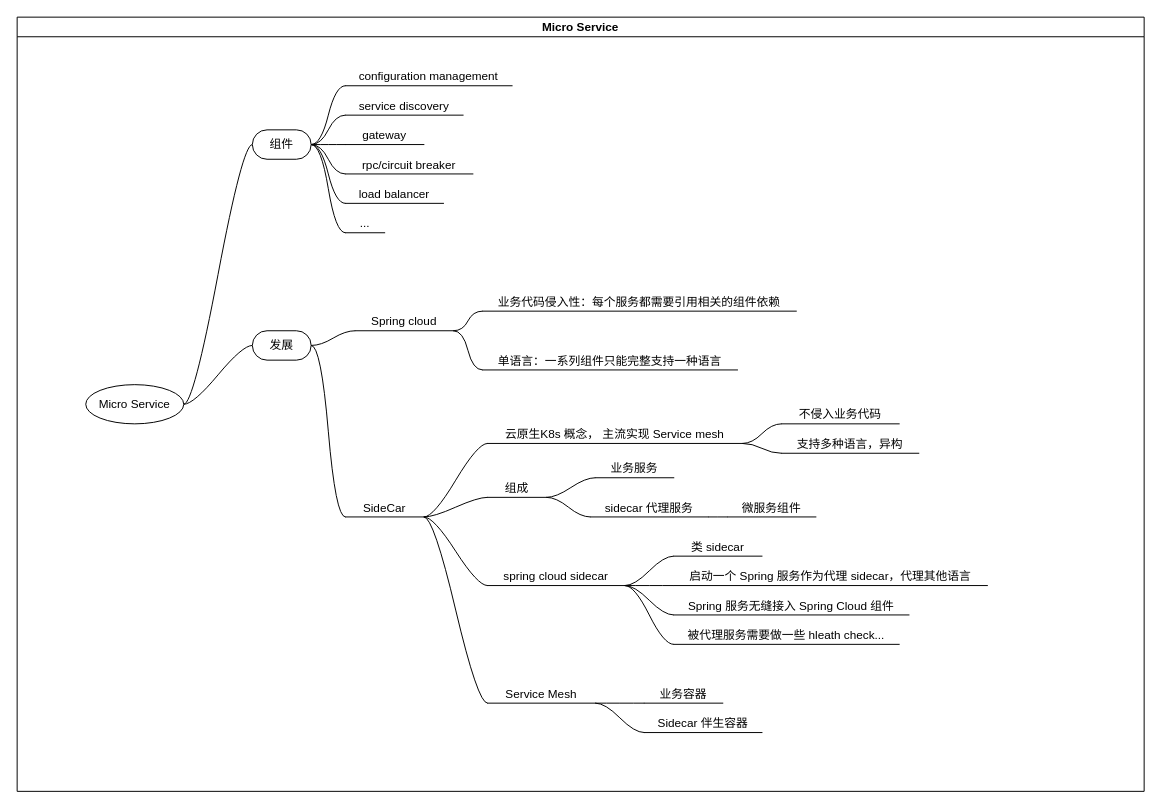
This is page "Micro Service" (1 of 4) of be-framework/micro-service.drawio from NiLinli/learn-web, a draw.io file, before an edit. Source tidied: cells renumbered, new cells numbered last; positions are measured from the earlier drawing's top-left corner, leaving out a move shared by most shapes. Both pictures are drawn from the tidied source at 98%, with x=0, y=0 at pixel (17, 17).
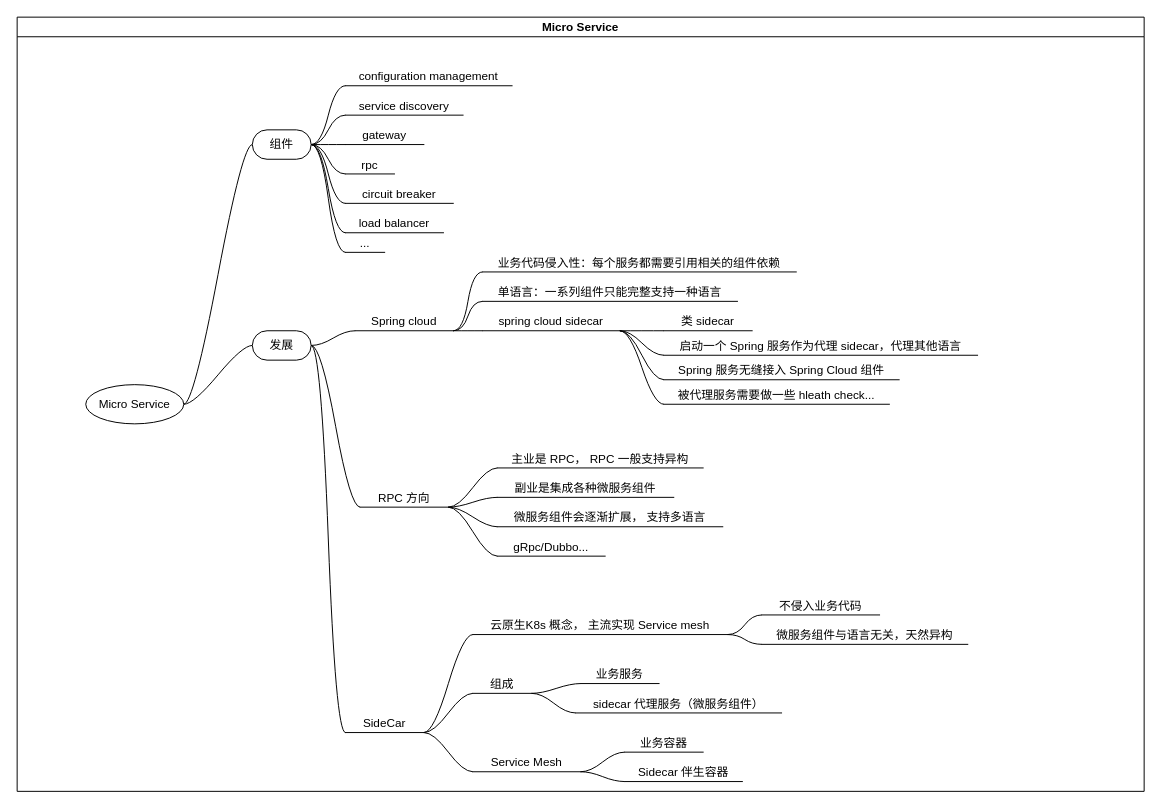
After the change.

The change refers to these unchanged cells:
```xml
<mxCell id="2" value="Micro Service" style="swimlane;startSize=20;horizontal=1;containerType=tree;" parent="1" vertex="1">
  <mxGeometry width="1150" height="790" as="geometry" />
</mxCell>
<mxCell id="6" value="组件" style="whiteSpace=wrap;html=1;rounded=1;arcSize=50;align=center;verticalAlign=middle;strokeWidth=1;spacing=4;newEdgeStyle={&quot;edgeStyle&quot;:&quot;entityRelationEdgeStyle&quot;,&quot;startArrow&quot;:&quot;none&quot;,&quot;endArrow&quot;:&quot;none&quot;,&quot;segment&quot;:10,&quot;curved&quot;:1};" parent="2" vertex="1">
  <mxGeometry x="240" y="115" width="60" height="30" as="geometry" />
</mxCell>
<mxCell id="7" value="发展" style="whiteSpace=wrap;html=1;rounded=1;arcSize=50;align=center;verticalAlign=middle;strokeWidth=1;spacing=4;newEdgeStyle={&quot;edgeStyle&quot;:&quot;entityRelationEdgeStyle&quot;,&quot;startArrow&quot;:&quot;none&quot;,&quot;endArrow&quot;:&quot;none&quot;,&quot;segment&quot;:10,&quot;curved&quot;:1};" parent="2" vertex="1">
  <mxGeometry x="240" y="320" width="60" height="30" as="geometry" />
</mxCell>
<mxCell id="18" value="Spring cloud" style="whiteSpace=wrap;html=1;shape=partialRectangle;top=0;left=0;bottom=1;right=0;points=[[0,1],[1,1]];fillColor=none;align=center;verticalAlign=bottom;routingCenterY=0.5;snapToPoint=1;newEdgeStyle={&quot;edgeStyle&quot;:&quot;entityRelationEdgeStyle&quot;,&quot;startArrow&quot;:&quot;none&quot;,&quot;endArrow&quot;:&quot;none&quot;,&quot;segment&quot;:10,&quot;curved&quot;:1};" parent="2" vertex="1">
  <mxGeometry x="345" y="300" width="100" height="20" as="geometry" />
</mxCell>
```

What changed in the source:
```diff
@@
-    <mxCell id="15" value="rpc/circuit breaker" style="whiteSpace=wrap;html=1;shape=partialRectangle;top=0;left=0;bottom=1;right=0;points=[[0,1],[1,1]];fillColor=none;align=center;verticalAlign=bottom;routingCenterY=0.5;snapToPoint=1;newEdgeStyle={&quot;edgeStyle&quot;:&quot;entityRelationEdgeStyle&quot;,&quot;startArrow&quot;:&quot;none&quot;,&quot;endArrow&quot;:&quot;none&quot;,&quot;segment&quot;:10,&quot;curved&quot;:1};" parent="2" vertex="1">
-      <mxGeometry x="335" y="140" width="130" height="20" as="geometry" />
+    <mxCell id="15" value="rpc" style="whiteSpace=wrap;html=1;shape=partialRectangle;top=0;left=0;bottom=1;right=0;points=[[0,1],[1,1]];fillColor=none;align=center;verticalAlign=bottom;routingCenterY=0.5;snapToPoint=1;newEdgeStyle={&quot;edgeStyle&quot;:&quot;entityRelationEdgeStyle&quot;,&quot;startArrow&quot;:&quot;none&quot;,&quot;endArrow&quot;:&quot;none&quot;,&quot;segment&quot;:10,&quot;curved&quot;:1};" parent="2" vertex="1">
+      <mxGeometry x="335" y="140" width="50" height="20" as="geometry" />
     </mxCell>
@@
     <mxCell id="17" value="load balancer" style="whiteSpace=wrap;html=1;shape=partialRectangle;top=0;left=0;bottom=1;right=0;points=[[0,1],[1,1]];fillColor=none;align=center;verticalAlign=bottom;routingCenterY=0.5;snapToPoint=1;newEdgeStyle={&quot;edgeStyle&quot;:&quot;entityRelationEdgeStyle&quot;,&quot;startArrow&quot;:&quot;none&quot;,&quot;endArrow&quot;:&quot;none&quot;,&quot;segment&quot;:10,&quot;curved&quot;:1};" parent="2" vertex="1">
-      <mxGeometry x="335" y="170" width="100" height="20" as="geometry" />
+      <mxGeometry x="335" y="200" width="100" height="20" as="geometry" />
     </mxCell>
@@
     <mxCell id="21" value="业务代码侵入性：每个服务都需要引用相关的组件依赖" style="whiteSpace=wrap;html=1;shape=partialRectangle;top=0;left=0;bottom=1;right=0;points=[[0,1],[1,1]];fillColor=none;align=center;verticalAlign=bottom;routingCenterY=0.5;snapToPoint=1;newEdgeStyle={&quot;edgeStyle&quot;:&quot;entityRelationEdgeStyle&quot;,&quot;startArrow&quot;:&quot;none&quot;,&quot;endArrow&quot;:&quot;none&quot;,&quot;segment&quot;:10,&quot;curved&quot;:1};" parent="2" vertex="1">
-      <mxGeometry x="475" y="280" width="320" height="20" as="geometry" />
+      <mxGeometry x="475" y="240" width="320" height="20" as="geometry" />
     </mxCell>
@@
     <mxCell id="23" value="..." style="whiteSpace=wrap;html=1;shape=partialRectangle;top=0;left=0;bottom=1;right=0;points=[[0,1],[1,1]];fillColor=none;align=center;verticalAlign=bottom;routingCenterY=0.5;snapToPoint=1;newEdgeStyle={&quot;edgeStyle&quot;:&quot;entityRelationEdgeStyle&quot;,&quot;startArrow&quot;:&quot;none&quot;,&quot;endArrow&quot;:&quot;none&quot;,&quot;segment&quot;:10,&quot;curved&quot;:1};" parent="2" vertex="1">
-      <mxGeometry x="335" y="200" width="40" height="20" as="geometry" />
+      <mxGeometry x="335" y="220" width="40" height="20" as="geometry" />
     </mxCell>
@@
     <mxCell id="25" value="单语言：一系列组件只能完整支持一种语言" style="whiteSpace=wrap;html=1;shape=partialRectangle;top=0;left=0;bottom=1;right=0;points=[[0,1],[1,1]];fillColor=none;align=center;verticalAlign=bottom;routingCenterY=0.5;snapToPoint=1;newEdgeStyle={&quot;edgeStyle&quot;:&quot;entityRelationEdgeStyle&quot;,&quot;startArrow&quot;:&quot;none&quot;,&quot;endArrow&quot;:&quot;none&quot;,&quot;segment&quot;:10,&quot;curved&quot;:1};" parent="2" vertex="1">
-      <mxGeometry x="475" y="340" width="260" height="20" as="geometry" />
+      <mxGeometry x="475" y="270" width="260" height="20" as="geometry" />
     </mxCell>
@@
     <mxCell id="27" value="SideCar" style="whiteSpace=wrap;html=1;shape=partialRectangle;top=0;left=0;bottom=1;right=0;points=[[0,1],[1,1]];fillColor=none;align=center;verticalAlign=bottom;routingCenterY=0.5;snapToPoint=1;newEdgeStyle={&quot;edgeStyle&quot;:&quot;entityRelationEdgeStyle&quot;,&quot;startArrow&quot;:&quot;none&quot;,&quot;endArrow&quot;:&quot;none&quot;,&quot;segment&quot;:10,&quot;curved&quot;:1};" parent="2" vertex="1">
-      <mxGeometry x="335" y="490" width="80" height="20" as="geometry" />
+      <mxGeometry x="335" y="710" width="80" height="20" as="geometry" />
     </mxCell>
-    <mxCell id="28" style="edgeStyle=entityRelationEdgeStyle;startArrow=none;endArrow=none;segment=10;curved=1;rounded=0;" parent="2" edge="1" source="27" target="29">
+    <mxCell id="28" style="edgeStyle=entityRelationEdgeStyle;startArrow=none;endArrow=none;segment=10;curved=1;rounded=0;exitX=1;exitY=1;exitDx=0;exitDy=0;" parent="2" edge="1" source="18" target="29">
       <mxGeometry relative="1" as="geometry" />
     </mxCell>
     <mxCell id="29" value="spring cloud sidecar" style="whiteSpace=wrap;html=1;shape=partialRectangle;top=0;left=0;bottom=1;right=0;points=[[0,1],[1,1]];fillColor=none;align=center;verticalAlign=bottom;routingCenterY=0.5;snapToPoint=1;newEdgeStyle={&quot;edgeStyle&quot;:&quot;entityRelationEdgeStyle&quot;,&quot;startArrow&quot;:&quot;none&quot;,&quot;endArrow&quot;:&quot;none&quot;,&quot;segment&quot;:10,&quot;curved&quot;:1};" parent="2" vertex="1">
-      <mxGeometry x="480" y="560" width="140" height="20" as="geometry" />
+      <mxGeometry x="475" y="300" width="140" height="20" as="geometry" />
     </mxCell>
@@
     <mxCell id="31" value="Service Mesh" style="whiteSpace=wrap;html=1;shape=partialRectangle;top=0;left=0;bottom=1;right=0;points=[[0,1],[1,1]];fillColor=none;align=center;verticalAlign=bottom;routingCenterY=0.5;snapToPoint=1;newEdgeStyle={&quot;edgeStyle&quot;:&quot;entityRelationEdgeStyle&quot;,&quot;startArrow&quot;:&quot;none&quot;,&quot;endArrow&quot;:&quot;none&quot;,&quot;segment&quot;:10,&quot;curved&quot;:1};" parent="2" vertex="1">
-      <mxGeometry x="480" y="680" width="110" height="20" as="geometry" />
+      <mxGeometry x="465" y="750" width="110" height="20" as="geometry" />
     </mxCell>
@@
     <mxCell id="33" value="云原生K8s 概念， 主流实现 Service mesh" style="whiteSpace=wrap;html=1;shape=partialRectangle;top=0;left=0;bottom=1;right=0;points=[[0,1],[1,1]];fillColor=none;align=center;verticalAlign=bottom;routingCenterY=0.5;snapToPoint=1;newEdgeStyle={&quot;edgeStyle&quot;:&quot;entityRelationEdgeStyle&quot;,&quot;startArrow&quot;:&quot;none&quot;,&quot;endArrow&quot;:&quot;none&quot;,&quot;segment&quot;:10,&quot;curved&quot;:1};" parent="2" vertex="1">
-      <mxGeometry x="480" y="415" width="260" height="20" as="geometry" />
+      <mxGeometry x="465" y="610" width="260" height="20" as="geometry" />
     </mxCell>
@@
     <mxCell id="35" value="类 sidecar" style="whiteSpace=wrap;html=1;shape=partialRectangle;top=0;left=0;bottom=1;right=0;points=[[0,1],[1,1]];fillColor=none;align=center;verticalAlign=bottom;routingCenterY=0.5;snapToPoint=1;newEdgeStyle={&quot;edgeStyle&quot;:&quot;entityRelationEdgeStyle&quot;,&quot;startArrow&quot;:&quot;none&quot;,&quot;endArrow&quot;:&quot;none&quot;,&quot;segment&quot;:10,&quot;curved&quot;:1};" parent="2" vertex="1">
-      <mxGeometry x="670" y="530" width="90" height="20" as="geometry" />
+      <mxGeometry x="660" y="300" width="90" height="20" as="geometry" />
     </mxCell>
@@
     <mxCell id="37" value="启动一个 Spring 服务作为代理 sidecar，代理其他语言" style="whiteSpace=wrap;html=1;shape=partialRectangle;top=0;left=0;bottom=1;right=0;points=[[0,1],[1,1]];fillColor=none;align=center;verticalAlign=bottom;routingCenterY=0.5;snapToPoint=1;newEdgeStyle={&quot;edgeStyle&quot;:&quot;entityRelationEdgeStyle&quot;,&quot;startArrow&quot;:&quot;none&quot;,&quot;endArrow&quot;:&quot;none&quot;,&quot;segment&quot;:10,&quot;curved&quot;:1};" parent="2" vertex="1">
-      <mxGeometry x="670" y="560" width="320" height="20" as="geometry" />
+      <mxGeometry x="660" y="325" width="320" height="20" as="geometry" />
     </mxCell>
@@
     <mxCell id="39" value="Spring 服务无缝接入 Spring Cloud 组件" style="whiteSpace=wrap;html=1;shape=partialRectangle;top=0;left=0;bottom=1;right=0;points=[[0,1],[1,1]];fillColor=none;align=center;verticalAlign=bottom;routingCenterY=0.5;snapToPoint=1;newEdgeStyle={&quot;edgeStyle&quot;:&quot;entityRelationEdgeStyle&quot;,&quot;startArrow&quot;:&quot;none&quot;,&quot;endArrow&quot;:&quot;none&quot;,&quot;segment&quot;:10,&quot;curved&quot;:1};" parent="2" vertex="1">
-      <mxGeometry x="670" y="590" width="240" height="20" as="geometry" />
+      <mxGeometry x="660" y="350" width="240" height="20" as="geometry" />
     </mxCell>
@@
     <mxCell id="41" value="被代理服务需要做一些 hleath check..." style="whiteSpace=wrap;html=1;shape=partialRectangle;top=0;left=0;bottom=1;right=0;points=[[0,1],[1,1]];fillColor=none;align=center;verticalAlign=bottom;routingCenterY=0.5;snapToPoint=1;newEdgeStyle={&quot;edgeStyle&quot;:&quot;entityRelationEdgeStyle&quot;,&quot;startArrow&quot;:&quot;none&quot;,&quot;endArrow&quot;:&quot;none&quot;,&quot;segment&quot;:10,&quot;curved&quot;:1};" parent="2" vertex="1">
-      <mxGeometry x="670" y="620" width="230" height="20" as="geometry" />
+      <mxGeometry x="660" y="375" width="230" height="20" as="geometry" />
     </mxCell>
@@
     <mxCell id="43" value="组成" style="whiteSpace=wrap;html=1;shape=partialRectangle;top=0;left=0;bottom=1;right=0;points=[[0,1],[1,1]];fillColor=none;align=center;verticalAlign=bottom;routingCenterY=0.5;snapToPoint=1;newEdgeStyle={&quot;edgeStyle&quot;:&quot;entityRelationEdgeStyle&quot;,&quot;startArrow&quot;:&quot;none&quot;,&quot;endArrow&quot;:&quot;none&quot;,&quot;segment&quot;:10,&quot;curved&quot;:1};" parent="2" vertex="1">
-      <mxGeometry x="480" y="470" width="60" height="20" as="geometry" />
+      <mxGeometry x="465" y="670" width="60" height="20" as="geometry" />
     </mxCell>
@@
     <mxCell id="45" value="业务服务" style="whiteSpace=wrap;html=1;shape=partialRectangle;top=0;left=0;bottom=1;right=0;points=[[0,1],[1,1]];fillColor=none;align=center;verticalAlign=bottom;routingCenterY=0.5;snapToPoint=1;newEdgeStyle={&quot;edgeStyle&quot;:&quot;entityRelationEdgeStyle&quot;,&quot;startArrow&quot;:&quot;none&quot;,&quot;endArrow&quot;:&quot;none&quot;,&quot;segment&quot;:10,&quot;curved&quot;:1};" parent="2" vertex="1">
-      <mxGeometry x="590" y="450" width="80" height="20" as="geometry" />
+      <mxGeometry x="575" y="660" width="80" height="20" as="geometry" />
     </mxCell>
@@
-    <mxCell id="47" value="sidecar 代理服务" style="whiteSpace=wrap;html=1;shape=partialRectangle;top=0;left=0;bottom=1;right=0;points=[[0,1],[1,1]];fillColor=none;align=center;verticalAlign=bottom;routingCenterY=0.5;snapToPoint=1;newEdgeStyle={&quot;edgeStyle&quot;:&quot;entityRelationEdgeStyle&quot;,&quot;startArrow&quot;:&quot;none&quot;,&quot;endArrow&quot;:&quot;none&quot;,&quot;segment&quot;:10,&quot;curved&quot;:1};" parent="2" vertex="1">
-      <mxGeometry x="585" y="490" width="120" height="20" as="geometry" />
+    <mxCell id="47" value="sidecar 代理服务（微服务组件）" style="whiteSpace=wrap;html=1;shape=partialRectangle;top=0;left=0;bottom=1;right=0;points=[[0,1],[1,1]];fillColor=none;align=center;verticalAlign=bottom;routingCenterY=0.5;snapToPoint=1;newEdgeStyle={&quot;edgeStyle&quot;:&quot;entityRelationEdgeStyle&quot;,&quot;startArrow&quot;:&quot;none&quot;,&quot;endArrow&quot;:&quot;none&quot;,&quot;segment&quot;:10,&quot;curved&quot;:1};" parent="2" vertex="1">
+      <mxGeometry x="570" y="690" width="210" height="20" as="geometry" />
     </mxCell>
-    <mxCell id="48" style="edgeStyle=entityRelationEdgeStyle;startArrow=none;endArrow=none;segment=10;curved=1;rounded=0;" parent="2" edge="1" source="47" target="49">
-      <mxGeometry relative="1" as="geometry" />
-    </mxCell>
-    <mxCell id="49" value="微服务组件" style="whiteSpace=wrap;html=1;shape=partialRectangle;top=0;left=0;bottom=1;right=0;points=[[0,1],[1,1]];fillColor=none;align=center;verticalAlign=bottom;routingCenterY=0.5;snapToPoint=1;newEdgeStyle={&quot;edgeStyle&quot;:&quot;entityRelationEdgeStyle&quot;,&quot;startArrow&quot;:&quot;none&quot;,&quot;endArrow&quot;:&quot;none&quot;,&quot;segment&quot;:10,&quot;curved&quot;:1};" parent="2" vertex="1">
-      <mxGeometry x="725" y="490" width="90" height="20" as="geometry" />
-    </mxCell>
@@
     <mxCell id="51" value="业务容器" style="whiteSpace=wrap;html=1;shape=partialRectangle;top=0;left=0;bottom=1;right=0;points=[[0,1],[1,1]];fillColor=none;align=center;verticalAlign=bottom;routingCenterY=0.5;snapToPoint=1;newEdgeStyle={&quot;edgeStyle&quot;:&quot;entityRelationEdgeStyle&quot;,&quot;startArrow&quot;:&quot;none&quot;,&quot;endArrow&quot;:&quot;none&quot;,&quot;segment&quot;:10,&quot;curved&quot;:1};" parent="2" vertex="1">
-      <mxGeometry x="640" y="680" width="80" height="20" as="geometry" />
+      <mxGeometry x="620" y="730" width="80" height="20" as="geometry" />
     </mxCell>
@@
     <mxCell id="53" value="Sidecar 伴生容器" style="whiteSpace=wrap;html=1;shape=partialRectangle;top=0;left=0;bottom=1;right=0;points=[[0,1],[1,1]];fillColor=none;align=center;verticalAlign=bottom;routingCenterY=0.5;snapToPoint=1;newEdgeStyle={&quot;edgeStyle&quot;:&quot;entityRelationEdgeStyle&quot;,&quot;startArrow&quot;:&quot;none&quot;,&quot;endArrow&quot;:&quot;none&quot;,&quot;segment&quot;:10,&quot;curved&quot;:1};" parent="2" vertex="1">
-      <mxGeometry x="640" y="710" width="120" height="20" as="geometry" />
+      <mxGeometry x="620" y="760" width="120" height="20" as="geometry" />
     </mxCell>
@@
     <mxCell id="55" value="不侵入业务代码" style="whiteSpace=wrap;html=1;shape=partialRectangle;top=0;left=0;bottom=1;right=0;points=[[0,1],[1,1]];fillColor=none;align=center;verticalAlign=bottom;routingCenterY=0.5;snapToPoint=1;newEdgeStyle={&quot;edgeStyle&quot;:&quot;entityRelationEdgeStyle&quot;,&quot;startArrow&quot;:&quot;none&quot;,&quot;endArrow&quot;:&quot;none&quot;,&quot;segment&quot;:10,&quot;curved&quot;:1};" parent="2" vertex="1">
-      <mxGeometry x="780" y="395" width="120" height="20" as="geometry" />
+      <mxGeometry x="760" y="590" width="120" height="20" as="geometry" />
     </mxCell>
@@
-    <mxCell id="57" value="支持多种语言，异构" style="whiteSpace=wrap;html=1;shape=partialRectangle;top=0;left=0;bottom=1;right=0;points=[[0,1],[1,1]];fillColor=none;align=center;verticalAlign=bottom;routingCenterY=0.5;snapToPoint=1;newEdgeStyle={&quot;edgeStyle&quot;:&quot;entityRelationEdgeStyle&quot;,&quot;startArrow&quot;:&quot;none&quot;,&quot;endArrow&quot;:&quot;none&quot;,&quot;segment&quot;:10,&quot;curved&quot;:1};" parent="2" vertex="1">
-      <mxGeometry x="780" y="425" width="140" height="20" as="geometry" />
+    <mxCell id="57" value="微服务组件与语言无关，天然异构" style="whiteSpace=wrap;html=1;shape=partialRectangle;top=0;left=0;bottom=1;right=0;points=[[0,1],[1,1]];fillColor=none;align=center;verticalAlign=bottom;routingCenterY=0.5;snapToPoint=1;newEdgeStyle={&quot;edgeStyle&quot;:&quot;entityRelationEdgeStyle&quot;,&quot;startArrow&quot;:&quot;none&quot;,&quot;endArrow&quot;:&quot;none&quot;,&quot;segment&quot;:10,&quot;curved&quot;:1};" parent="2" vertex="1">
+      <mxGeometry x="760" y="620" width="210" height="20" as="geometry" />
     </mxCell>
+    <mxCell id="58" style="edgeStyle=entityRelationEdgeStyle;startArrow=none;endArrow=none;segment=10;curved=1;rounded=0;" parent="2" edge="1" source="7" target="59">
+      <mxGeometry relative="1" as="geometry" />
+    </mxCell>
+    <mxCell id="59" value="RPC 方向" style="whiteSpace=wrap;html=1;shape=partialRectangle;top=0;left=0;bottom=1;right=0;points=[[0,1],[1,1]];fillColor=none;align=center;verticalAlign=bottom;routingCenterY=0.5;snapToPoint=1;newEdgeStyle={&quot;edgeStyle&quot;:&quot;entityRelationEdgeStyle&quot;,&quot;startArrow&quot;:&quot;none&quot;,&quot;endArrow&quot;:&quot;none&quot;,&quot;segment&quot;:10,&quot;curved&quot;:1};" parent="2" vertex="1">
+      <mxGeometry x="350" y="480" width="90" height="20" as="geometry" />
+    </mxCell>
+    <mxCell id="60" style="edgeStyle=entityRelationEdgeStyle;startArrow=none;endArrow=none;segment=10;curved=1;rounded=0;" parent="2" edge="1" source="59" target="61">
+      <mxGeometry relative="1" as="geometry" />
+    </mxCell>
+    <mxCell id="61" value="主业是 RPC， RPC 一般支持异构" style="whiteSpace=wrap;html=1;shape=partialRectangle;top=0;left=0;bottom=1;right=0;points=[[0,1],[1,1]];fillColor=none;align=center;verticalAlign=bottom;routingCenterY=0.5;snapToPoint=1;newEdgeStyle={&quot;edgeStyle&quot;:&quot;entityRelationEdgeStyle&quot;,&quot;startArrow&quot;:&quot;none&quot;,&quot;endArrow&quot;:&quot;none&quot;,&quot;segment&quot;:10,&quot;curved&quot;:1};" parent="2" vertex="1">
+      <mxGeometry x="490" y="440" width="210" height="20" as="geometry" />
+    </mxCell>
+    <mxCell id="62" style="edgeStyle=entityRelationEdgeStyle;startArrow=none;endArrow=none;segment=10;curved=1;rounded=0;" parent="2" edge="1" source="59" target="63">
+      <mxGeometry relative="1" as="geometry" />
+    </mxCell>
+    <mxCell id="63" value="微服务组件会逐渐扩展， 支持多语言" style="whiteSpace=wrap;html=1;shape=partialRectangle;top=0;left=0;bottom=1;right=0;points=[[0,1],[1,1]];fillColor=none;align=center;verticalAlign=bottom;routingCenterY=0.5;snapToPoint=1;newEdgeStyle={&quot;edgeStyle&quot;:&quot;entityRelationEdgeStyle&quot;,&quot;startArrow&quot;:&quot;none&quot;,&quot;endArrow&quot;:&quot;none&quot;,&quot;segment&quot;:10,&quot;curved&quot;:1};" parent="2" vertex="1">
+      <mxGeometry x="490" y="500" width="230" height="20" as="geometry" />
+    </mxCell>
+    <mxCell id="64" style="edgeStyle=entityRelationEdgeStyle;startArrow=none;endArrow=none;segment=10;curved=1;rounded=0;" parent="2" edge="1" source="59" target="65">
+      <mxGeometry relative="1" as="geometry" />
+    </mxCell>
+    <mxCell id="65" value="gRpc/Dubbo..." style="whiteSpace=wrap;html=1;shape=partialRectangle;top=0;left=0;bottom=1;right=0;points=[[0,1],[1,1]];fillColor=none;align=center;verticalAlign=bottom;routingCenterY=0.5;snapToPoint=1;newEdgeStyle={&quot;edgeStyle&quot;:&quot;entityRelationEdgeStyle&quot;,&quot;startArrow&quot;:&quot;none&quot;,&quot;endArrow&quot;:&quot;none&quot;,&quot;segment&quot;:10,&quot;curved&quot;:1};" parent="2" vertex="1">
+      <mxGeometry x="490" y="530" width="110" height="20" as="geometry" />
+    </mxCell>
+    <mxCell id="66" style="edgeStyle=entityRelationEdgeStyle;startArrow=none;endArrow=none;segment=10;curved=1;rounded=0;" parent="2" edge="1" source="59" target="67">
+      <mxGeometry relative="1" as="geometry" />
+    </mxCell>
+    <mxCell id="67" value="副业是集成各种微服务组件" style="whiteSpace=wrap;html=1;shape=partialRectangle;top=0;left=0;bottom=1;right=0;points=[[0,1],[1,1]];fillColor=none;align=center;verticalAlign=bottom;routingCenterY=0.5;snapToPoint=1;newEdgeStyle={&quot;edgeStyle&quot;:&quot;entityRelationEdgeStyle&quot;,&quot;startArrow&quot;:&quot;none&quot;,&quot;endArrow&quot;:&quot;none&quot;,&quot;segment&quot;:10,&quot;curved&quot;:1};" parent="2" vertex="1">
+      <mxGeometry x="490" y="470" width="180" height="20" as="geometry" />
+    </mxCell>
+    <mxCell id="68" style="edgeStyle=entityRelationEdgeStyle;startArrow=none;endArrow=none;segment=10;curved=1;rounded=0;" parent="2" edge="1" source="6" target="69">
+      <mxGeometry relative="1" as="geometry" />
+    </mxCell>
+    <mxCell id="69" value="circuit breaker" style="whiteSpace=wrap;html=1;shape=partialRectangle;top=0;left=0;bottom=1;right=0;points=[[0,1],[1,1]];fillColor=none;align=center;verticalAlign=bottom;routingCenterY=0.5;snapToPoint=1;newEdgeStyle={&quot;edgeStyle&quot;:&quot;entityRelationEdgeStyle&quot;,&quot;startArrow&quot;:&quot;none&quot;,&quot;endArrow&quot;:&quot;none&quot;,&quot;segment&quot;:10,&quot;curved&quot;:1};" parent="2" vertex="1">
+      <mxGeometry x="335" y="170" width="110" height="20" as="geometry" />
+    </mxCell>
```
